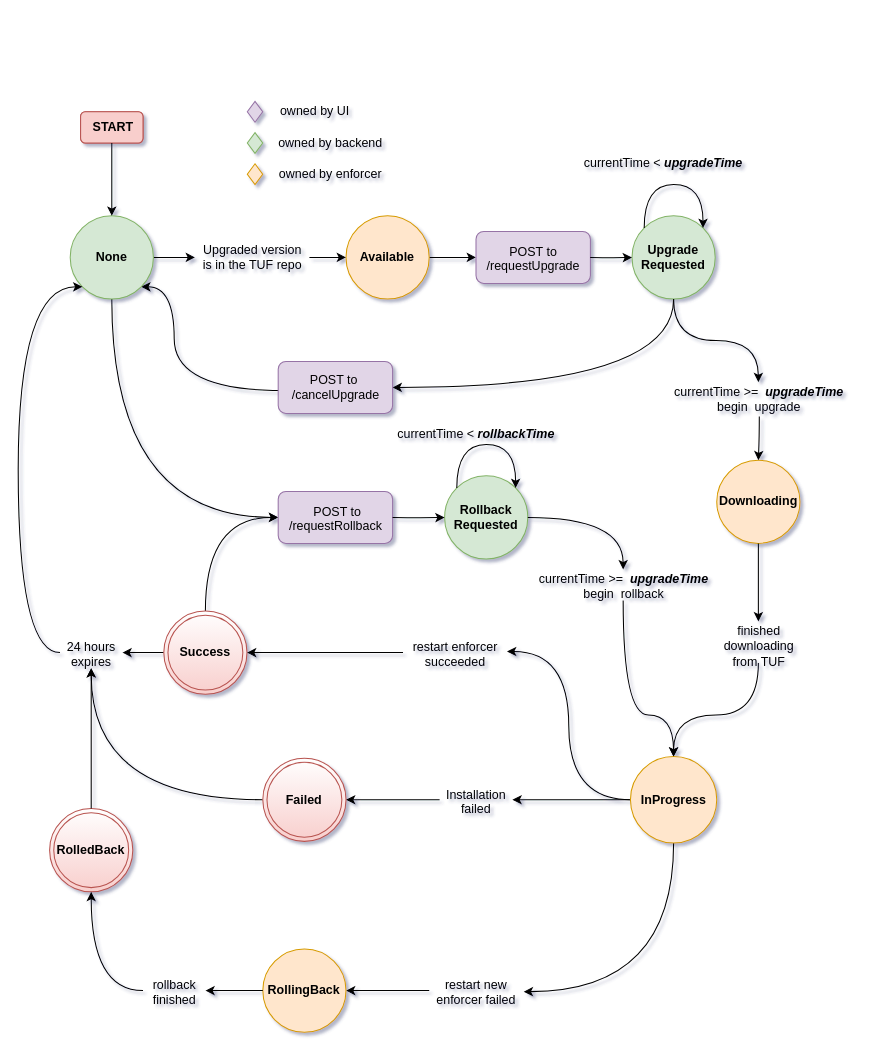
Above: upgradeStatus.drawio in brianonn/drawio (draw.io), before the change. Source tidied: cells renumbered, new cells numbered last; positions are measured from the earlier drawing's top-left corner, leaving out a move shared by most shapes. Both pictures are drawn from the tidied source at 104%, with x=0, y=0 at pixel (18, 101).
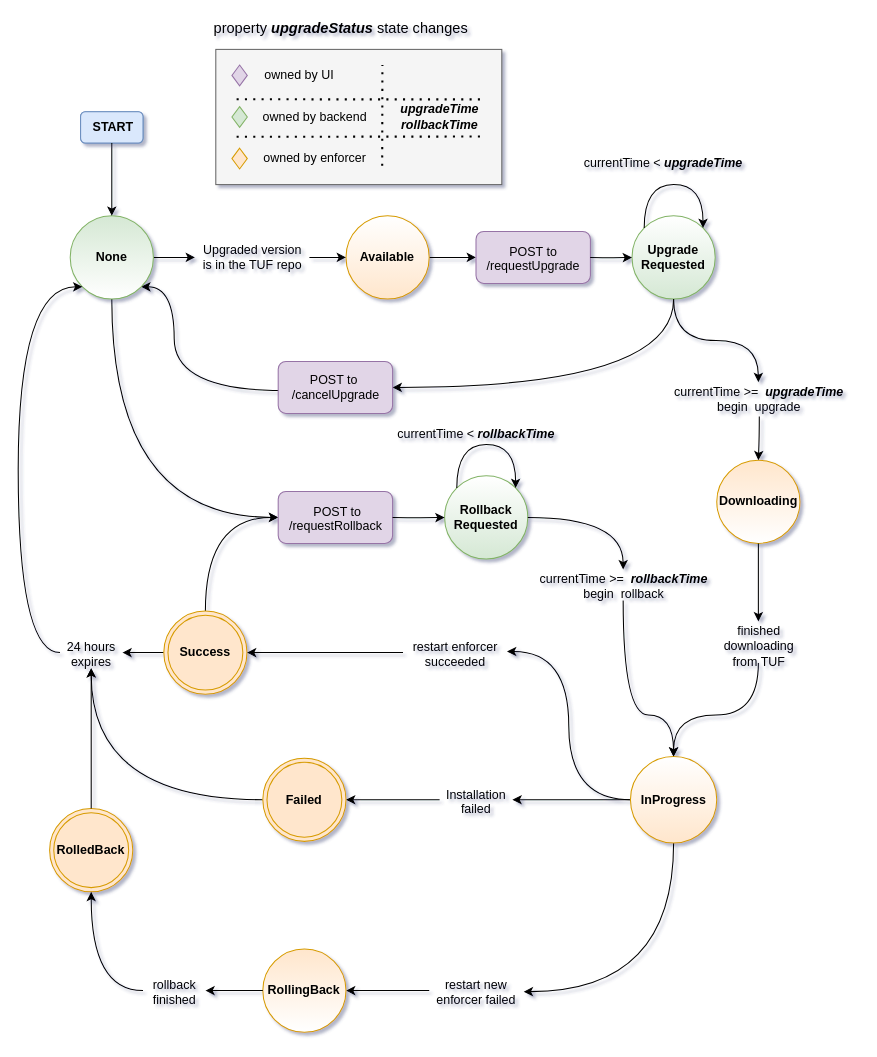
The same diagram, later.

Change to the diagram source:
```diff
@@
-    <mxCell id="2" style="group;fillColor=#f8cecc;strokeColor=#b85450;direction=west;rounded=1;glass=0;shadow=0;sketch=0;" parent="1" vertex="1">
+    <mxCell id="2" style="group;fillColor=#dae8fc;strokeColor=#6c8ebf;direction=west;rounded=1;glass=0;shadow=0;sketch=0;" parent="1" vertex="1">
       <mxGeometry x="60" y="10" width="60" height="30" as="geometry" />
     </mxCell>
-    <mxCell id="3" style="rounded=1;whiteSpace=wrap;html=1;fillColor=#f8cecc;strokeColor=#b85450;direction=west;" parent="2" vertex="1">
+    <mxCell id="3" style="rounded=1;whiteSpace=wrap;html=1;fillColor=#dae8fc;strokeColor=#6c8ebf;direction=west;" parent="2" vertex="1">
       <mxGeometry width="60" height="30" as="geometry" />
     </mxCell>
@@
-    <mxCell id="6" value="&lt;b&gt;Available&lt;/b&gt;" style="ellipse;whiteSpace=wrap;html=1;fillColor=#ffe6cc;strokeColor=#d79b00;direction=west;" parent="1" vertex="1">
+    <mxCell id="6" value="&lt;b&gt;Available&lt;/b&gt;" style="ellipse;whiteSpace=wrap;html=1;fillColor=#ffe6cc;strokeColor=#d79b00;direction=west;gradientColor=#ffffff;" parent="1" vertex="1">
       <mxGeometry x="315.2" y="110" width="80" height="80" as="geometry" />
     </mxCell>
@@
-    <mxCell id="8" value="&lt;b&gt;Downloading&lt;/b&gt;" style="ellipse;whiteSpace=wrap;html=1;fillColor=#ffe6cc;strokeColor=#d79b00;direction=east;" parent="1" vertex="1">
+    <mxCell id="8" value="&lt;b&gt;Downloading&lt;/b&gt;" style="ellipse;whiteSpace=wrap;html=1;fillColor=#ffe6cc;strokeColor=#d79b00;direction=east;gradientColor=#ffffff;" parent="1" vertex="1">
       <mxGeometry x="671.7" y="345" width="80" height="80" as="geometry" />
     </mxCell>
@@
-    <mxCell id="12" value="&lt;b&gt;Upgrade&lt;br&gt;Requested&lt;/b&gt;" style="ellipse;whiteSpace=wrap;html=1;fillColor=#d5e8d4;strokeColor=#82b366;direction=west;" parent="1" vertex="1">
+    <mxCell id="12" value="&lt;b&gt;Upgrade&lt;br&gt;Requested&lt;/b&gt;" style="ellipse;whiteSpace=wrap;html=1;fillColor=#d5e8d4;strokeColor=#82b366;direction=west;gradientColor=#ffffff;" parent="1" vertex="1">
       <mxGeometry x="590.2" y="110" width="80" height="80" as="geometry" />
     </mxCell>
-    <mxCell id="13" value="&lt;b&gt;RolledBack&lt;/b&gt;" style="ellipse;shape=doubleEllipse;whiteSpace=wrap;html=1;fillColor=#f8cecc;strokeColor=#b85450;gradientColor=#ffffff;direction=west;" parent="1" vertex="1">
+    <mxCell id="13" value="&lt;b&gt;RolledBack&lt;/b&gt;" style="ellipse;shape=doubleEllipse;whiteSpace=wrap;html=1;fillColor=#ffe6cc;strokeColor=#d79b00;direction=west;" parent="1" vertex="1">
       <mxGeometry x="30.2" y="680" width="80" height="80" as="geometry" />
     </mxCell>
@@
-    <mxCell id="16" value="&lt;b&gt;Success&lt;/b&gt;" style="ellipse;shape=doubleEllipse;whiteSpace=wrap;html=1;fillColor=#f8cecc;strokeColor=#b85450;gradientColor=#ffffff;direction=west;" parent="1" vertex="1">
+    <mxCell id="16" value="&lt;b&gt;Success&lt;/b&gt;" style="ellipse;shape=doubleEllipse;whiteSpace=wrap;html=1;fillColor=#ffe6cc;strokeColor=#d79b00;direction=west;" parent="1" vertex="1">
       <mxGeometry x="140" y="490" width="80" height="80" as="geometry" />
     </mxCell>
@@
-    <mxCell id="21" value="&lt;b&gt;RollingBack&lt;/b&gt;" style="ellipse;whiteSpace=wrap;html=1;fillColor=#ffe6cc;strokeColor=#d79b00;direction=east;" parent="1" vertex="1">
+    <mxCell id="21" value="&lt;b&gt;RollingBack&lt;/b&gt;" style="ellipse;whiteSpace=wrap;html=1;fillColor=#ffe6cc;strokeColor=#d79b00;direction=east;gradientColor=#ffffff;" parent="1" vertex="1">
       <mxGeometry x="235.2" y="815" width="80" height="80" as="geometry" />
     </mxCell>
@@
-    <mxCell id="25" value="&lt;b&gt;None&lt;/b&gt;" style="ellipse;whiteSpace=wrap;html=1;labelBackgroundColor=none;fillColor=#d5e8d4;strokeColor=#82b366;direction=east;" parent="1" vertex="1">
+    <mxCell id="25" value="&lt;b&gt;None&lt;/b&gt;" style="ellipse;whiteSpace=wrap;html=1;labelBackgroundColor=none;fillColor=#d5e8d4;strokeColor=#82b366;direction=east;gradientColor=#ffffff;" parent="1" vertex="1">
       <mxGeometry x="50" y="110" width="80" height="80" as="geometry" />
     </mxCell>
@@
-    <mxCell id="34" value="&lt;b&gt;Failed&lt;/b&gt;" style="ellipse;shape=doubleEllipse;whiteSpace=wrap;html=1;fillColor=#f8cecc;strokeColor=#b85450;gradientColor=#ffffff;direction=west;" parent="1" vertex="1">
+    <mxCell id="34" value="&lt;b&gt;Failed&lt;/b&gt;" style="ellipse;shape=doubleEllipse;whiteSpace=wrap;html=1;fillColor=#ffe6cc;strokeColor=#d79b00;direction=west;" parent="1" vertex="1">
       <mxGeometry x="235.2" y="631.5" width="80" height="80" as="geometry" />
     </mxCell>
@@
-    <mxCell id="39" value="&lt;b&gt;InProgress&lt;/b&gt;" style="ellipse;whiteSpace=wrap;html=1;fillColor=#ffe6cc;strokeColor=#d79b00;direction=west;" parent="1" vertex="1">
+    <mxCell id="39" value="&lt;b&gt;InProgress&lt;/b&gt;" style="ellipse;whiteSpace=wrap;html=1;fillColor=#ffe6cc;strokeColor=#d79b00;direction=west;gradientColor=#ffffff;" parent="1" vertex="1">
       <mxGeometry x="588.7" y="630" width="83" height="83" as="geometry" />
     </mxCell>
@@
-    <mxCell id="55" value="&lt;b&gt;Rollback&lt;br&gt;Requested&lt;/b&gt;" style="ellipse;whiteSpace=wrap;html=1;fillColor=#d5e8d4;strokeColor=#82b366;direction=west;" parent="1" vertex="1">
+    <mxCell id="55" value="&lt;b&gt;Rollback&lt;br&gt;Requested&lt;/b&gt;" style="ellipse;whiteSpace=wrap;html=1;fillColor=#d5e8d4;strokeColor=#82b366;direction=west;gradientColor=#ffffff;" parent="1" vertex="1">
       <mxGeometry x="410" y="360" width="80" height="80" as="geometry" />
     </mxCell>
@@
+    <mxCell id="68" style="edgeStyle=orthogonalEdgeStyle;curved=1;jettySize=auto;html=1;" parent="1" edge="1" source="69" target="39">
+      <mxGeometry relative="1" as="geometry">
+        <Array as="points">
+          <mxPoint x="582" y="590" />
+          <mxPoint x="630" y="590" />
+        </Array>
+      </mxGeometry>
+    </mxCell>
+    <mxCell id="69" value="currentTime &amp;gt;=&amp;nbsp; &lt;b&gt;&lt;i&gt;rollbackTime&lt;/i&gt;&lt;/b&gt;&lt;br&gt;begin&amp;nbsp; rollback" style="text;html=1;points=[];align=center;verticalAlign=top;spacingTop=-4;direction=west;" parent="1" vertex="1">
+      <mxGeometry x="491.7" y="450" width="180" height="30" as="geometry" />
+    </mxCell>
+    <mxCell id="70" style="edgeStyle=orthogonalEdgeStyle;curved=1;jettySize=auto;html=1;entryX=0.5;entryY=1;entryDx=0;entryDy=0;" parent="1" edge="1" source="55" target="69">
+      <mxGeometry relative="1" as="geometry" />
+    </mxCell>
+    <mxCell id="71" style="group;" parent="1" vertex="1">
+      <mxGeometry x="190" y="-50" width="275" height="130" as="geometry" />
+    </mxCell>
+    <mxCell id="72" style="rounded=0;whiteSpace=wrap;html=1;shadow=0;glass=0;sketch=0;strokeColor=#666666;fillColor=#f5f5f5;align=center;fontColor=#333333;" parent="71" vertex="1">
+      <mxGeometry width="275" height="130" as="geometry" />
+    </mxCell>
-    <mxCell id="62" value="owned by UI" style="text;html=1;align=center;verticalAlign=middle;" parent="1" vertex="1">
-      <mxGeometry x="245" width="80" height="20" as="geometry" />
+    <mxCell id="62" value="owned by UI" style="text;html=1;align=center;verticalAlign=middle;" parent="71" vertex="1">
+      <mxGeometry x="40" y="15" width="80" height="20" as="geometry" />
     </mxCell>
-    <mxCell id="63" value="owned by backend" style="text;html=1;align=center;verticalAlign=middle;" parent="1" vertex="1">
-      <mxGeometry x="240" y="30" width="120" height="20" as="geometry" />
+    <mxCell id="63" value="owned by backend" style="text;html=1;align=center;verticalAlign=middle;" parent="71" vertex="1">
+      <mxGeometry x="35.2" y="55" width="120" height="20" as="geometry" />
     </mxCell>
-    <mxCell id="64" value="owned by enforcer" style="text;html=1;align=center;verticalAlign=middle;" parent="1" vertex="1">
-      <mxGeometry x="245" y="60" width="110" height="20" as="geometry" />
+    <mxCell id="64" value="owned by enforcer" style="text;html=1;align=center;verticalAlign=middle;" parent="71" vertex="1">
+      <mxGeometry x="40.2" y="95" width="110" height="20" as="geometry" />
     </mxCell>
-    <mxCell id="65" style="rhombus;whiteSpace=wrap;html=1;fillColor=#e1d5e7;align=center;strokeColor=#9673a6;" parent="1" vertex="1">
-      <mxGeometry x="220.3" width="14.8" height="20" as="geometry" />
+    <mxCell id="65" style="rhombus;whiteSpace=wrap;html=1;fillColor=#e1d5e7;align=center;strokeColor=#9673a6;" parent="71" vertex="1">
+      <mxGeometry x="15.5" y="15" width="14.8" height="20" as="geometry" />
     </mxCell>
-    <mxCell id="66" style="rhombus;whiteSpace=wrap;html=1;fillColor=#d5e8d4;align=center;strokeColor=#82b366;" parent="1" vertex="1">
-      <mxGeometry x="220.3" y="30" width="14.8" height="20" as="geometry" />
+    <mxCell id="66" style="rhombus;whiteSpace=wrap;html=1;fillColor=#d5e8d4;align=center;strokeColor=#82b366;" parent="71" vertex="1">
+      <mxGeometry x="15.5" y="55" width="14.8" height="20" as="geometry" />
     </mxCell>
-    <mxCell id="67" style="rhombus;whiteSpace=wrap;html=1;fillColor=#ffe6cc;align=center;strokeColor=#d79b00;" parent="1" vertex="1">
-      <mxGeometry x="220.3" y="60" width="14.8" height="20" as="geometry" />
+    <mxCell id="67" style="rhombus;whiteSpace=wrap;html=1;fillColor=#ffe6cc;align=center;strokeColor=#d79b00;" parent="71" vertex="1">
+      <mxGeometry x="15.5" y="95" width="14.8" height="20" as="geometry" />
     </mxCell>
-    <mxCell id="68" style="edgeStyle=orthogonalEdgeStyle;curved=1;jettySize=auto;html=1;" parent="1" edge="1" source="69" target="39">
-      <mxGeometry relative="1" as="geometry">
-        <Array as="points">
-          <mxPoint x="582" y="590" />
-          <mxPoint x="630" y="590" />
-        </Array>
-      </mxGeometry>
-    </mxCell>
-    <mxCell id="69" value="currentTime &amp;gt;=&amp;nbsp; &lt;b&gt;&lt;i&gt;upgradeTime&lt;/i&gt;&lt;/b&gt;&lt;br&gt;begin&amp;nbsp; rollback" style="text;html=1;points=[];align=center;verticalAlign=top;spacingTop=-4;direction=west;" parent="1" vertex="1">
-      <mxGeometry x="491.7" y="450" width="180" height="30" as="geometry" />
-    </mxCell>
-    <mxCell id="70" style="edgeStyle=orthogonalEdgeStyle;curved=1;jettySize=auto;html=1;entryX=0.5;entryY=1;entryDx=0;entryDy=0;" parent="1" edge="1" source="55" target="69">
-      <mxGeometry relative="1" as="geometry" />
-    </mxCell>
+    <mxCell id="73" value="&lt;b&gt;&lt;i&gt;upgradeTime&lt;br&gt;rollbackTime&lt;/i&gt;&lt;/b&gt;" style="text;html=1;align=center;verticalAlign=middle;points=[];" parent="71" vertex="1">
+      <mxGeometry x="170" y="50" width="90" height="30" as="geometry" />
+    </mxCell>
+    <mxCell id="74" style="endArrow=none;dashed=1;html=1;dashPattern=1 3;strokeWidth=2;entryX=0.935;entryY=-0.065;entryDx=0;entryDy=0;entryPerimeter=0;" parent="71" edge="1" target="73">
+      <mxGeometry relative="1" as="geometry">
+        <mxPoint x="20" y="48" as="sourcePoint" />
+      </mxGeometry>
+    </mxCell>
+    <mxCell id="75" style="endArrow=none;dashed=1;html=1;dashPattern=1 3;strokeWidth=2;entryX=0.935;entryY=-0.065;entryDx=0;entryDy=0;entryPerimeter=0;" parent="71" edge="1">
+      <mxGeometry relative="1" as="geometry">
+        <mxPoint x="20" y="84" as="sourcePoint" />
+        <mxPoint x="260" y="83.8" as="targetPoint" />
+      </mxGeometry>
+    </mxCell>
+    <mxCell id="76" style="endArrow=none;dashed=1;html=1;dashPattern=1 3;strokeWidth=2;entryX=0.935;entryY=-0.065;entryDx=0;entryDy=0;entryPerimeter=0;" parent="71" edge="1">
+      <mxGeometry relative="1" as="geometry">
+        <mxPoint x="160" y="111.9" as="sourcePoint" />
+        <mxPoint x="160.2" y="15" as="targetPoint" />
+      </mxGeometry>
+    </mxCell>
+    <mxCell id="77" value="property &lt;b&gt;&lt;i&gt;upgradeStatus&lt;/i&gt;&lt;/b&gt; state changes" style="text;html=1;align=center;verticalAlign=middle;fontSize=14;" parent="1" vertex="1">
+      <mxGeometry x="180.2" y="-80" width="260" height="20" as="geometry" />
+    </mxCell>
```
